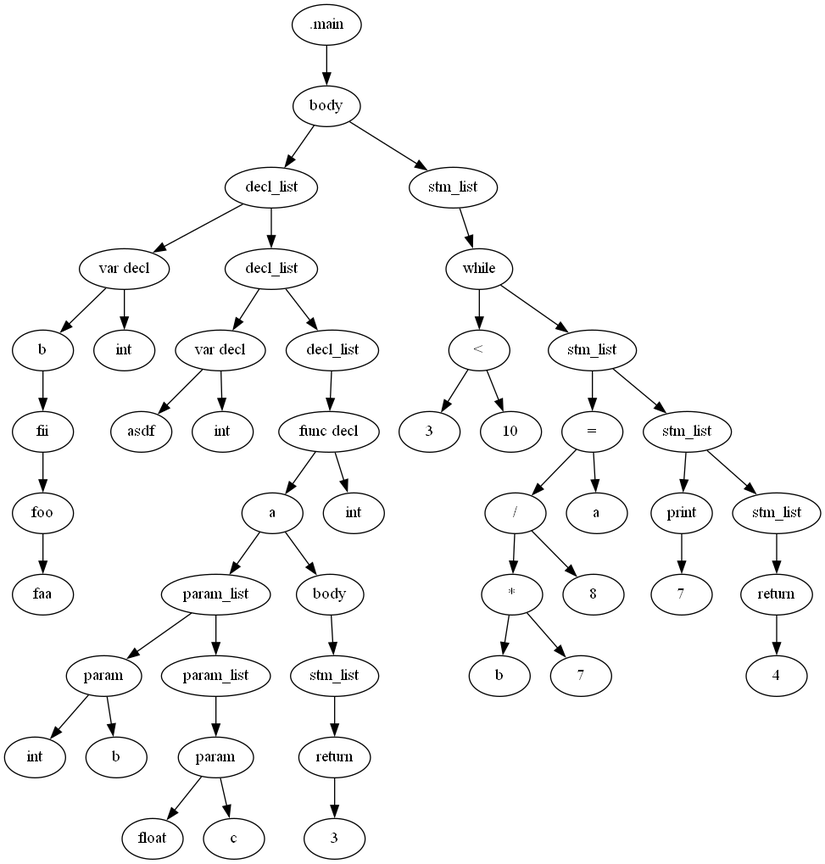
The Graphviz diagram printers/images/Digraph.gv.png in KianBankeLarsen/Compiler, before a commit. Its source is kept beside it as printers/images/Digraph.gv.
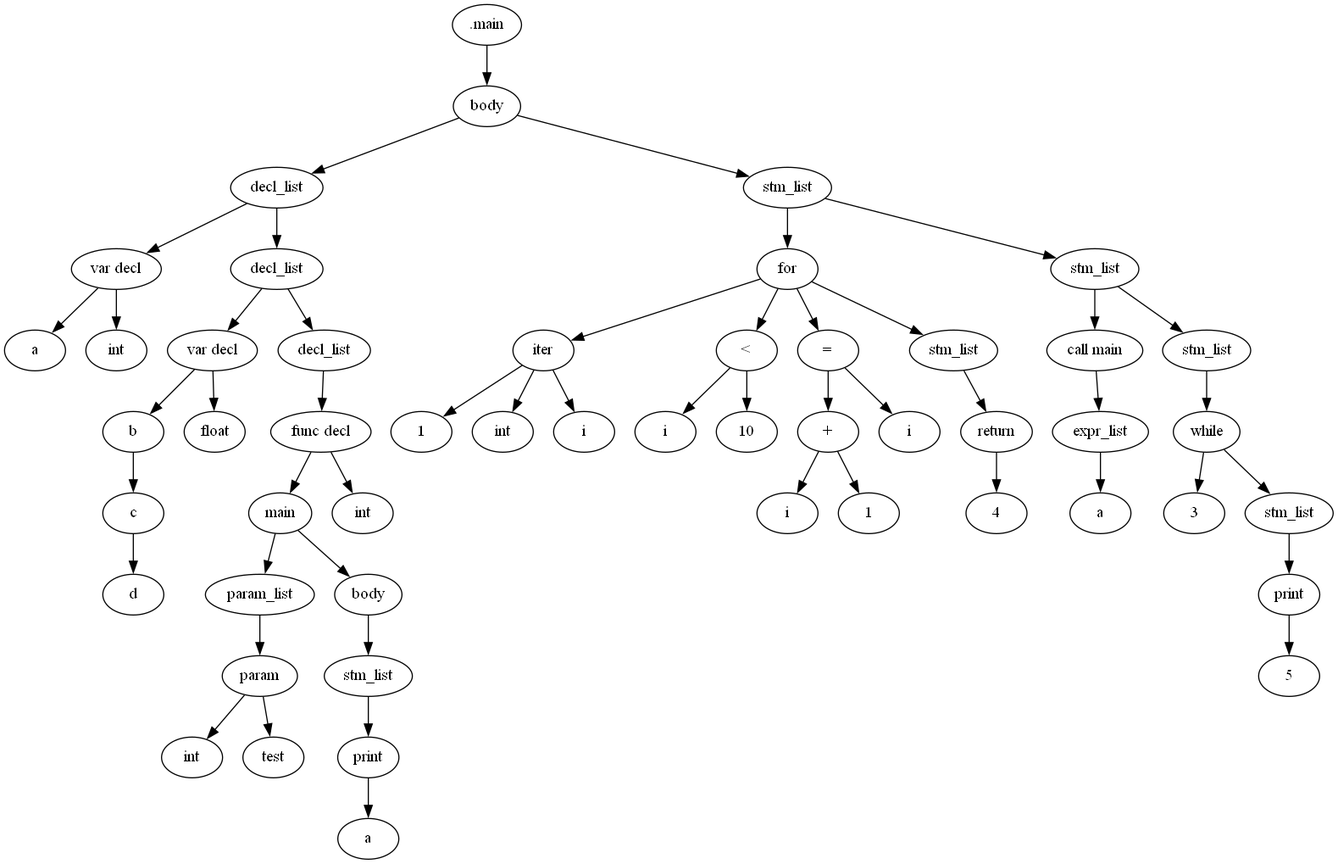
After the commit.

Change to the diagram source:
```diff
@@ -1,97 +1,103 @@
 digraph {
 	0 [label=".main"]
 	1 [label=body]
-	2 [label=b]
-	3 [label=fii]
-	4 [label=foo]
-	5 [label=faa]
-	4 -> 5
-	3 -> 4
-	2 -> 3
-	6 [label=int]
-	7 [label="var decl"]
-	7 -> 2
-	7 -> 6
-	8 [label=decl_list]
-	9 [label=asdf]
-	10 [label=int]
-	11 [label="var decl"]
-	11 -> 9
+	2 [label=a]
+	3 [label=int]
+	4 [label="var decl"]
+	4 -> 2
+	4 -> 3
+	5 [label=decl_list]
+	6 [label=b]
+	7 [label=c]
+	8 [label=d]
+	7 -> 8
+	6 -> 7
+	9 [label=float]
+	10 [label="var decl"]
+	10 -> 6
+	10 -> 9
+	11 [label=decl_list]
+	12 [label=main]
+	13 [label=param]
+	14 [label=int]
+	15 [label=test]
+	13 -> 14
+	13 -> 15
+	16 [label=param_list]
+	16 -> 13
+	12 -> 16
+	17 [label=body]
+	18 [label=stm_list]
+	19 [label=a]
+	20 [label=print]
+	20 -> 19
+	18 -> 20
+	17 -> 18
+	12 -> 17
+	21 [label=int]
+	22 [label="func decl"]
+	22 -> 12
+	22 -> 21
+	23 [label=decl_list]
+	23 -> 22
+	11 -> 23
 	11 -> 10
-	12 [label=decl_list]
-	13 [label=a]
-	14 [label=param]
-	15 [label=int]
-	16 [label=b]
-	14 -> 15
-	14 -> 16
-	17 [label=param_list]
-	17 -> 14
-	18 [label=param]
-	19 [label=float]
-	20 [label=c]
-	18 -> 19
-	18 -> 20
-	21 [label=param_list]
-	21 -> 18
-	17 -> 21
-	13 -> 17
-	22 [label=body]
-	23 [label=stm_list]
-	24 [label=3]
-	25 [label=return]
-	25 -> 24
-	23 -> 25
-	22 -> 23
-	13 -> 22
-	26 [label=int]
-	27 [label="func decl"]
-	27 -> 13
-	27 -> 26
-	28 [label=decl_list]
-	28 -> 27
-	12 -> 28
-	12 -> 11
-	8 -> 12
-	8 -> 7
-	1 -> 8
-	29 [label=stm_list]
-	30 [label=3]
-	31 [label=10]
-	32 [label="<"]
-	32 -> 30
-	32 -> 31
-	33 [label=stm_list]
-	34 [label=b]
-	35 [label=7]
-	36 [label="*"]
-	36 -> 34
-	36 -> 35
-	37 [label=8]
-	38 [label="/"]
-	38 -> 36
-	38 -> 37
-	39 [label="="]
-	40 [label=a]
-	39 -> 40
+	5 -> 11
+	5 -> 4
+	1 -> 5
+	24 [label=stm_list]
+	25 [label=1]
+	26 [label=iter]
+	27 [label=int]
+	28 [label=i]
+	26 -> 25
+	26 -> 27
+	26 -> 28
+	29 [label=i]
+	30 [label=10]
+	31 [label="<"]
+	31 -> 29
+	31 -> 30
+	32 [label=i]
+	33 [label=1]
+	34 [label="+"]
+	34 -> 32
+	34 -> 33
+	35 [label="="]
+	36 [label=i]
+	35 -> 36
+	35 -> 34
+	37 [label=stm_list]
+	38 [label=4]
+	39 [label=return]
 	39 -> 38
-	33 -> 39
+	37 -> 39
+	40 [label=for]
+	40 -> 26
+	40 -> 31
+	40 -> 35
+	40 -> 37
+	24 -> 40
 	41 [label=stm_list]
-	42 [label=7]
-	43 [label=print]
-	43 -> 42
-	41 -> 43
-	44 [label=stm_list]
-	45 [label=4]
-	46 [label=return]
-	46 -> 45
-	44 -> 46
-	41 -> 44
-	33 -> 41
-	47 [label=while]
-	47 -> 32
-	47 -> 33
-	29 -> 47
-	1 -> 29
+	42 [label="call main"]
+	43 [label=a]
+	44 [label=expr_list]
+	44 -> 43
+	42 -> 44
+	41 -> 42
+	45 [label=stm_list]
+	46 [label=3]
+	47 [label=stm_list]
+	48 [label=5]
+	49 [label=print]
+	49 -> 48
+	47 -> 49
+	50 [label=while]
+	50 -> 46
+	50 -> 47
+	45 -> 50
+	41 -> 45
+	24 -> 41
+	1 -> 24
 	0 -> 1
 }
```
